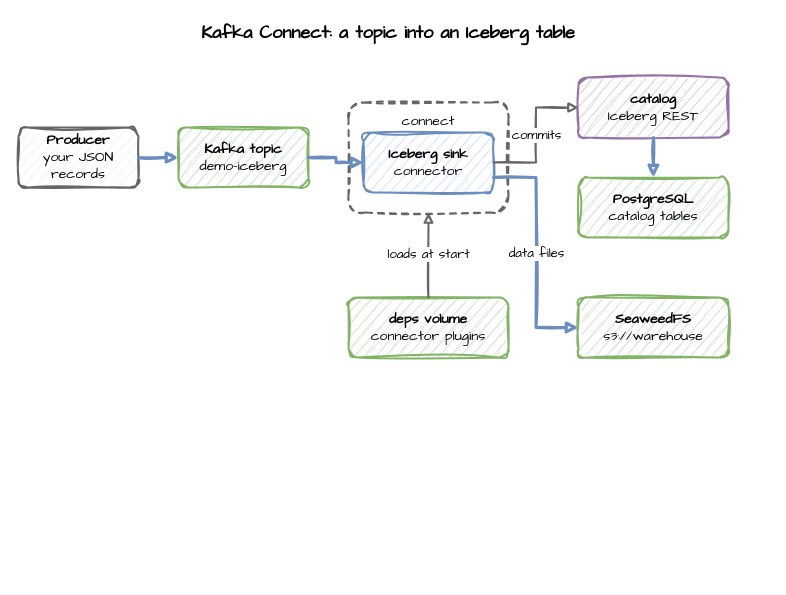
Earlier version of the draw.io diagram docs/images/path-kafka-connect.drawio (jaehyeon-kim/odctl). Source tidied: cells renumbered, new cells numbered last; positions are measured from the earlier drawing's top-left corner, leaving out a move shared by most shapes. Both pictures are drawn from the tidied source at 100%, with x=0, y=0 at pixel (18, 17).
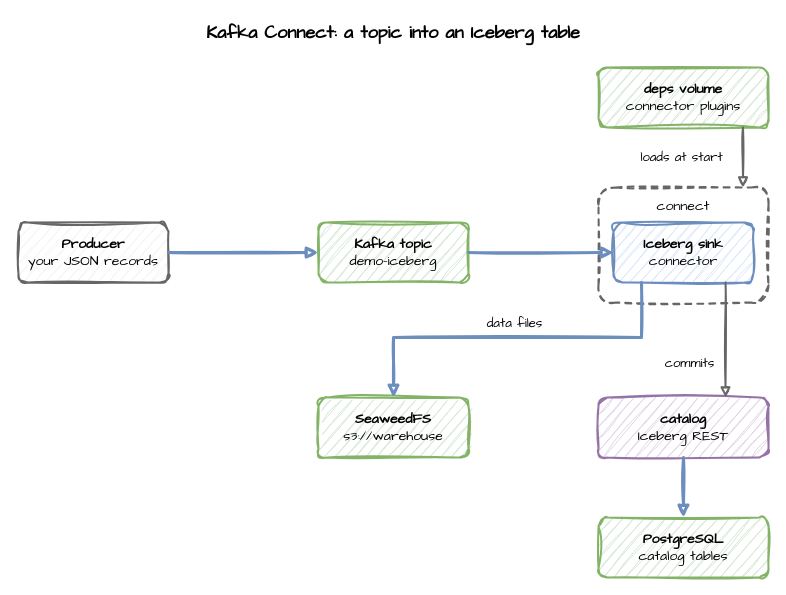
Above is the later version.

Change to the diagram source:
```diff
@@
     <mxCell id="2" value="Kafka Connect: a topic into an Iceberg table" style="text;html=1;align=center;verticalAlign=middle;whiteSpace=wrap;fontFamily=Comic Sans MS;fontSize=18;fontStyle=1;" parent="1" vertex="1">
-      <mxGeometry width="740" height="30" as="geometry" />
+      <mxGeometry width="750" height="30" as="geometry" />
     </mxCell>
+    <mxCell id="10" value="&lt;b&gt;deps volume&lt;/b&gt;&lt;br&gt;connector plugins" style="rounded=1;whiteSpace=wrap;html=1;sketch=1;curveFitting=1;jiggle=2;fontFamily=Comic Sans MS;fontSize=14;strokeWidth=2;fillColor=#d5e8d4;strokeColor=#82b366;" parent="1" vertex="1">
+      <mxGeometry x="580" y="50" width="170" height="60" as="geometry" />
+    </mxCell>
     <mxCell id="3" value="&lt;b&gt;Producer&lt;/b&gt;&lt;br&gt;your JSON records" style="rounded=1;whiteSpace=wrap;html=1;sketch=1;curveFitting=1;jiggle=2;fontFamily=Comic Sans MS;fontSize=14;strokeWidth=2;fillColor=#f5f5f5;strokeColor=#666666;" parent="1" vertex="1">
-      <mxGeometry y="110" width="120" height="60" as="geometry" />
+      <mxGeometry y="205" width="150" height="60" as="geometry" />
     </mxCell>
     <mxCell id="4" value="&lt;b&gt;Kafka topic&lt;/b&gt;&lt;br&gt;demo-iceberg" style="rounded=1;whiteSpace=wrap;html=1;sketch=1;curveFitting=1;jiggle=2;fontFamily=Comic Sans MS;fontSize=14;strokeWidth=2;fillColor=#d5e8d4;strokeColor=#82b366;" parent="1" vertex="1">
-      <mxGeometry x="160" y="110" width="130" height="60" as="geometry" />
+      <mxGeometry x="300" y="205" width="150" height="60" as="geometry" />
     </mxCell>
     <mxCell id="5" value="connect" style="rounded=1;whiteSpace=wrap;html=1;sketch=1;curveFitting=1;jiggle=2;fontFamily=Comic Sans MS;fontSize=14;fillColor=none;strokeColor=#666666;strokeWidth=2;dashed=1;verticalAlign=top;align=center;spacingTop=4;" parent="1" vertex="1">
-      <mxGeometry x="330" y="85" width="160" height="110" as="geometry" />
+      <mxGeometry x="580" y="170" width="170" height="115" as="geometry" />
     </mxCell>
     <mxCell id="6" value="&lt;b&gt;Iceberg sink&lt;/b&gt;&lt;br&gt;connector" style="rounded=1;whiteSpace=wrap;html=1;sketch=1;curveFitting=1;jiggle=2;fontFamily=Comic Sans MS;fontSize=14;strokeWidth=2;fillColor=#dae8fc;strokeColor=#6c8ebf;" parent="1" vertex="1">
-      <mxGeometry x="345" y="115" width="130" height="60" as="geometry" />
+      <mxGeometry x="595" y="205" width="140" height="60" as="geometry" />
     </mxCell>
+    <mxCell id="9" value="&lt;b&gt;SeaweedFS&lt;/b&gt;&lt;br&gt;s3://warehouse" style="rounded=1;whiteSpace=wrap;html=1;sketch=1;curveFitting=1;jiggle=2;fontFamily=Comic Sans MS;fontSize=14;strokeWidth=2;fillColor=#d5e8d4;strokeColor=#82b366;" parent="1" vertex="1">
+      <mxGeometry x="300" y="380" width="150" height="60" as="geometry" />
+    </mxCell>
     <mxCell id="7" value="&lt;b&gt;catalog&lt;/b&gt;&lt;br&gt;Iceberg REST" style="rounded=1;whiteSpace=wrap;html=1;sketch=1;curveFitting=1;jiggle=2;fontFamily=Comic Sans MS;fontSize=14;strokeWidth=2;fillColor=#e1d5e7;strokeColor=#9673a6;" parent="1" vertex="1">
-      <mxGeometry x="560" y="60" width="150" height="60" as="geometry" />
+      <mxGeometry x="580" y="380" width="170" height="60" as="geometry" />
     </mxCell>
     <mxCell id="8" value="&lt;b&gt;PostgreSQL&lt;/b&gt;&lt;br&gt;catalog tables" style="rounded=1;whiteSpace=wrap;html=1;sketch=1;curveFitting=1;jiggle=2;fontFamily=Comic Sans MS;fontSize=14;strokeWidth=2;fillColor=#d5e8d4;strokeColor=#82b366;" parent="1" vertex="1">
-      <mxGeometry x="560" y="160" width="150" height="60" as="geometry" />
+      <mxGeometry x="580" y="500" width="170" height="60" as="geometry" />
     </mxCell>
-    <mxCell id="9" value="&lt;b&gt;SeaweedFS&lt;/b&gt;&lt;br&gt;s3://warehouse" style="rounded=1;whiteSpace=wrap;html=1;sketch=1;curveFitting=1;jiggle=2;fontFamily=Comic Sans MS;fontSize=14;strokeWidth=2;fillColor=#d5e8d4;strokeColor=#82b366;" parent="1" vertex="1">
-      <mxGeometry x="560" y="280" width="150" height="60" as="geometry" />
-    </mxCell>
-    <mxCell id="10" value="&lt;b&gt;deps volume&lt;/b&gt;&lt;br&gt;connector plugins" style="rounded=1;whiteSpace=wrap;html=1;sketch=1;curveFitting=1;jiggle=2;fontFamily=Comic Sans MS;fontSize=14;strokeWidth=2;fillColor=#d5e8d4;strokeColor=#82b366;" parent="1" vertex="1">
-      <mxGeometry x="330" y="280" width="160" height="60" as="geometry" />
-    </mxCell>
@@
-    <mxCell id="13" value="commits" style="edgeStyle=orthogonalEdgeStyle;rounded=0;sketch=1;html=1;endArrow=block;fontFamily=Comic Sans MS;fontSize=13;labelBackgroundColor=#ffffff;strokeWidth=2;strokeColor=#666666;" parent="1" edge="1" source="6" target="7">
-      <mxGeometry relative="1" as="geometry" />
+    <mxCell id="13" value="commits" style="edgeStyle=orthogonalEdgeStyle;rounded=0;sketch=1;html=1;endArrow=block;fontFamily=Comic Sans MS;fontSize=13;labelBackgroundColor=#ffffff;strokeWidth=2;strokeColor=#666666;exitX=0.8;exitY=1;exitDx=0;exitDy=0;entryX=0.7471;entryY=0;entryDx=0;entryDy=0;" parent="1" edge="1" source="6" target="7">
+      <mxGeometry x="0.4" relative="1" as="geometry">
+        <mxPoint x="-36" as="offset" />
+      </mxGeometry>
     </mxCell>
-    <mxCell id="14" value="data files" style="edgeStyle=orthogonalEdgeStyle;rounded=0;sketch=1;html=1;endArrow=block;fontFamily=Comic Sans MS;fontSize=13;labelBackgroundColor=#ffffff;strokeWidth=3;strokeColor=#6c8ebf;exitX=1;exitY=0.75;exitDx=0;exitDy=0;entryX=0;entryY=0.5;entryDx=0;entryDy=0;" parent="1" edge="1" source="6" target="9">
-      <mxGeometry relative="1" as="geometry" />
+    <mxCell id="14" value="data files" style="edgeStyle=orthogonalEdgeStyle;rounded=0;sketch=1;html=1;endArrow=block;fontFamily=Comic Sans MS;fontSize=13;labelBackgroundColor=#ffffff;strokeWidth=3;strokeColor=#6c8ebf;exitX=0.2;exitY=1;exitDx=0;exitDy=0;entryX=0.5;entryY=0;entryDx=0;entryDy=0;" parent="1" edge="1" source="6" target="9">
+      <mxGeometry relative="1" as="geometry">
+        <Array as="points">
+          <mxPoint x="623" y="320" />
+          <mxPoint x="375" y="320" />
+        </Array>
+        <mxPoint y="-14" as="offset" />
+      </mxGeometry>
     </mxCell>
@@
-    <mxCell id="16" value="loads at start" style="edgeStyle=orthogonalEdgeStyle;rounded=0;sketch=1;html=1;endArrow=block;fontFamily=Comic Sans MS;fontSize=13;labelBackgroundColor=#ffffff;strokeWidth=2;strokeColor=#666666;" parent="1" edge="1" source="10" target="5">
-      <mxGeometry relative="1" as="geometry" />
+    <mxCell id="16" value="loads at start" style="edgeStyle=orthogonalEdgeStyle;rounded=0;sketch=1;html=1;endArrow=block;fontFamily=Comic Sans MS;fontSize=13;labelBackgroundColor=#ffffff;strokeWidth=2;strokeColor=#666666;exitX=0.85;exitY=1;exitDx=0;exitDy=0;entryX=0.85;entryY=0;entryDx=0;entryDy=0;" parent="1" edge="1" source="10" target="5">
+      <mxGeometry relative="1" as="geometry">
+        <mxPoint x="-62" as="offset" />
+      </mxGeometry>
     </mxCell>
```
